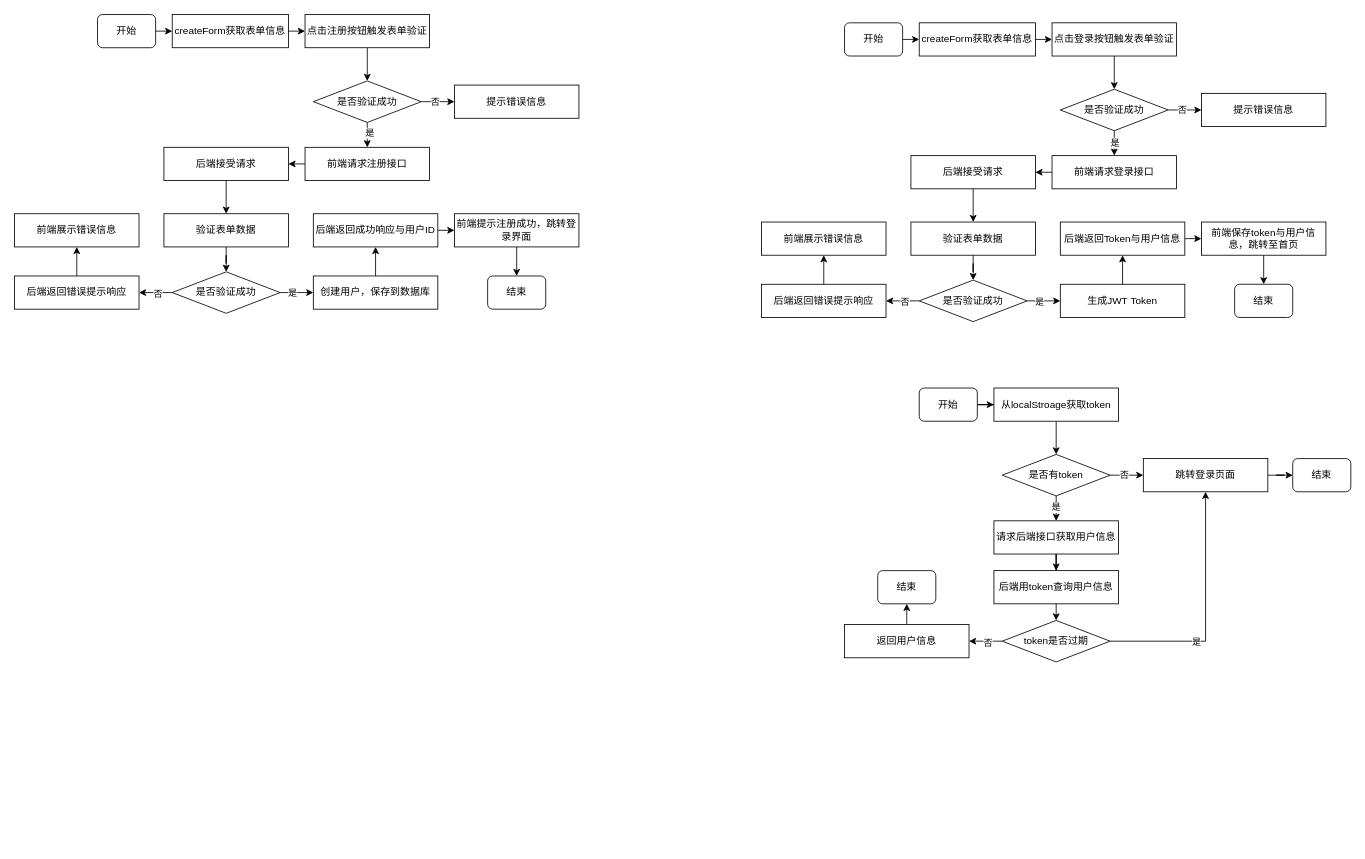
Before: page "第 4 页" (4 of 4) of 项目.drawio in AyuShiQi/GIS, a draw.io diagram. Source tidied: cells renumbered, new cells numbered last; positions are measured from the earlier drawing's top-left corner, leaving out a move shared by most shapes. Both pictures are drawn from the tidied source at 83%, with x=0, y=0 at pixel (14, 14).
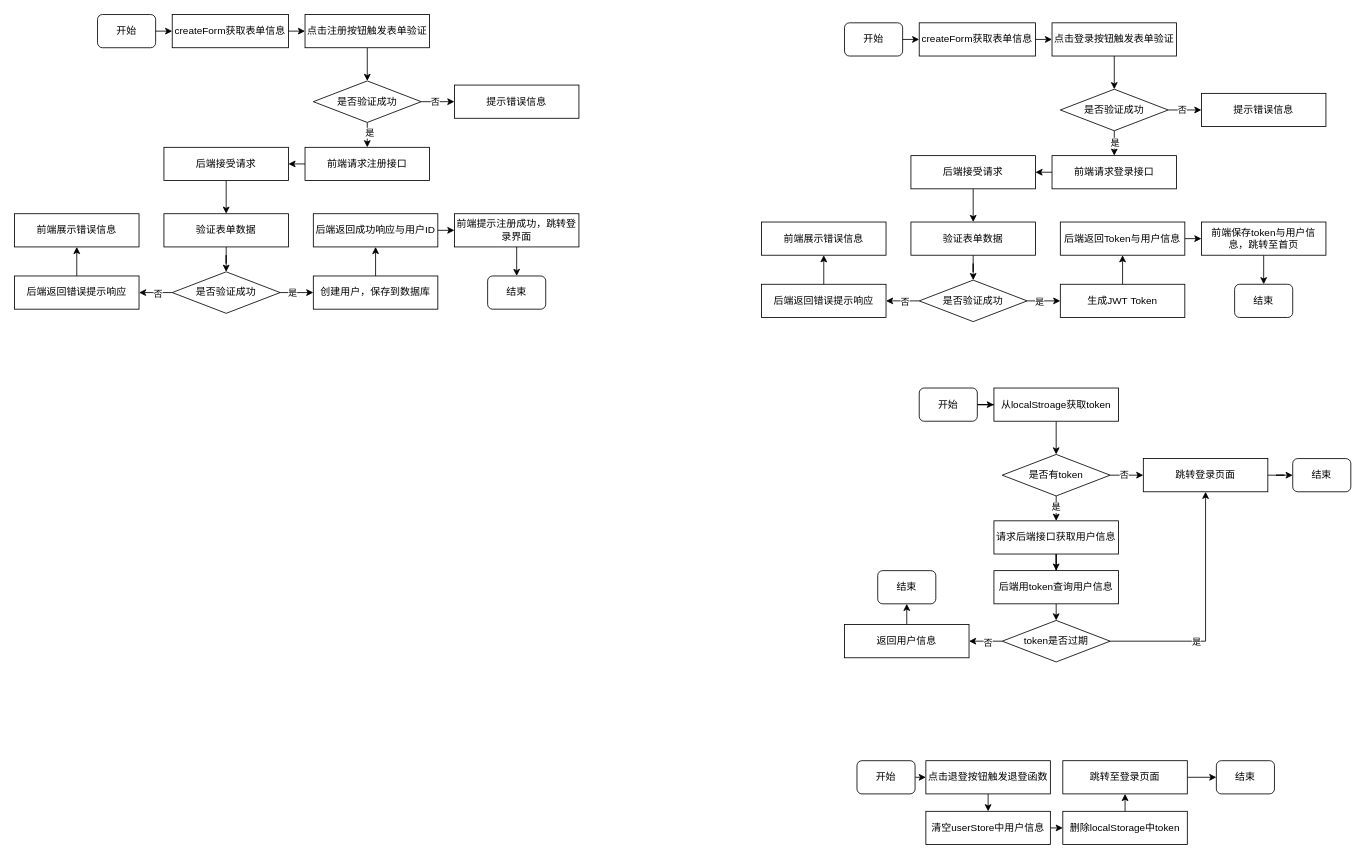
After the change.

Change to the diagram source:
```diff
@@
+    <mxCell id="92" style="edgeStyle=orthogonalEdgeStyle;rounded=0;jettySize=auto;html=1;exitX=1;exitY=0.5;exitDx=0;exitDy=0;entryX=0;entryY=0.5;entryDx=0;entryDy=0;" parent="1" edge="1" source="93" target="95">
+      <mxGeometry relative="1" as="geometry" />
+    </mxCell>
+    <mxCell id="93" value="开始" style="rounded=1;whiteSpace=wrap;html=1;" parent="1" vertex="1">
+      <mxGeometry x="1015" y="899" width="70" height="40" as="geometry" />
+    </mxCell>
+    <mxCell id="94" style="edgeStyle=orthogonalEdgeStyle;rounded=0;jettySize=auto;html=1;exitX=0.5;exitY=1;exitDx=0;exitDy=0;entryX=0.5;entryY=0;entryDx=0;entryDy=0;" parent="1" edge="1" source="95" target="97">
+      <mxGeometry relative="1" as="geometry" />
+    </mxCell>
+    <mxCell id="95" value="点击退登按钮触发退登函数" style="rounded=0;whiteSpace=wrap;html=1;" parent="1" vertex="1">
+      <mxGeometry x="1098" y="899" width="150" height="40" as="geometry" />
+    </mxCell>
+    <mxCell id="96" style="edgeStyle=orthogonalEdgeStyle;rounded=0;jettySize=auto;html=1;exitX=1;exitY=0.5;exitDx=0;exitDy=0;entryX=0;entryY=0.5;entryDx=0;entryDy=0;" parent="1" edge="1" source="97" target="99">
+      <mxGeometry relative="1" as="geometry" />
+    </mxCell>
+    <mxCell id="97" value="清空userStore中用户信息" style="rounded=0;whiteSpace=wrap;html=1;" parent="1" vertex="1">
+      <mxGeometry x="1098" y="960" width="150" height="40" as="geometry" />
+    </mxCell>
+    <mxCell id="98" style="edgeStyle=orthogonalEdgeStyle;rounded=0;jettySize=auto;html=1;exitX=0.5;exitY=0;exitDx=0;exitDy=0;entryX=0.5;entryY=1;entryDx=0;entryDy=0;" parent="1" edge="1" source="99" target="102">
+      <mxGeometry relative="1" as="geometry" />
+    </mxCell>
+    <mxCell id="99" value="删除localStorage中token" style="rounded=0;whiteSpace=wrap;html=1;" parent="1" vertex="1">
+      <mxGeometry x="1263" y="960" width="150" height="40" as="geometry" />
+    </mxCell>
+    <mxCell id="100" value="结束" style="rounded=1;whiteSpace=wrap;html=1;" parent="1" vertex="1">
+      <mxGeometry x="1448" y="899" width="70" height="40" as="geometry" />
+    </mxCell>
+    <mxCell id="101" style="edgeStyle=orthogonalEdgeStyle;rounded=0;jettySize=auto;html=1;exitX=1;exitY=0.5;exitDx=0;exitDy=0;entryX=0;entryY=0.5;entryDx=0;entryDy=0;" parent="1" edge="1" source="102" target="100">
+      <mxGeometry relative="1" as="geometry" />
+    </mxCell>
+    <mxCell id="102" value="跳转至登录页面" style="rounded=0;whiteSpace=wrap;html=1;" parent="1" vertex="1">
+      <mxGeometry x="1263" y="899" width="150" height="40" as="geometry" />
+    </mxCell>
```
